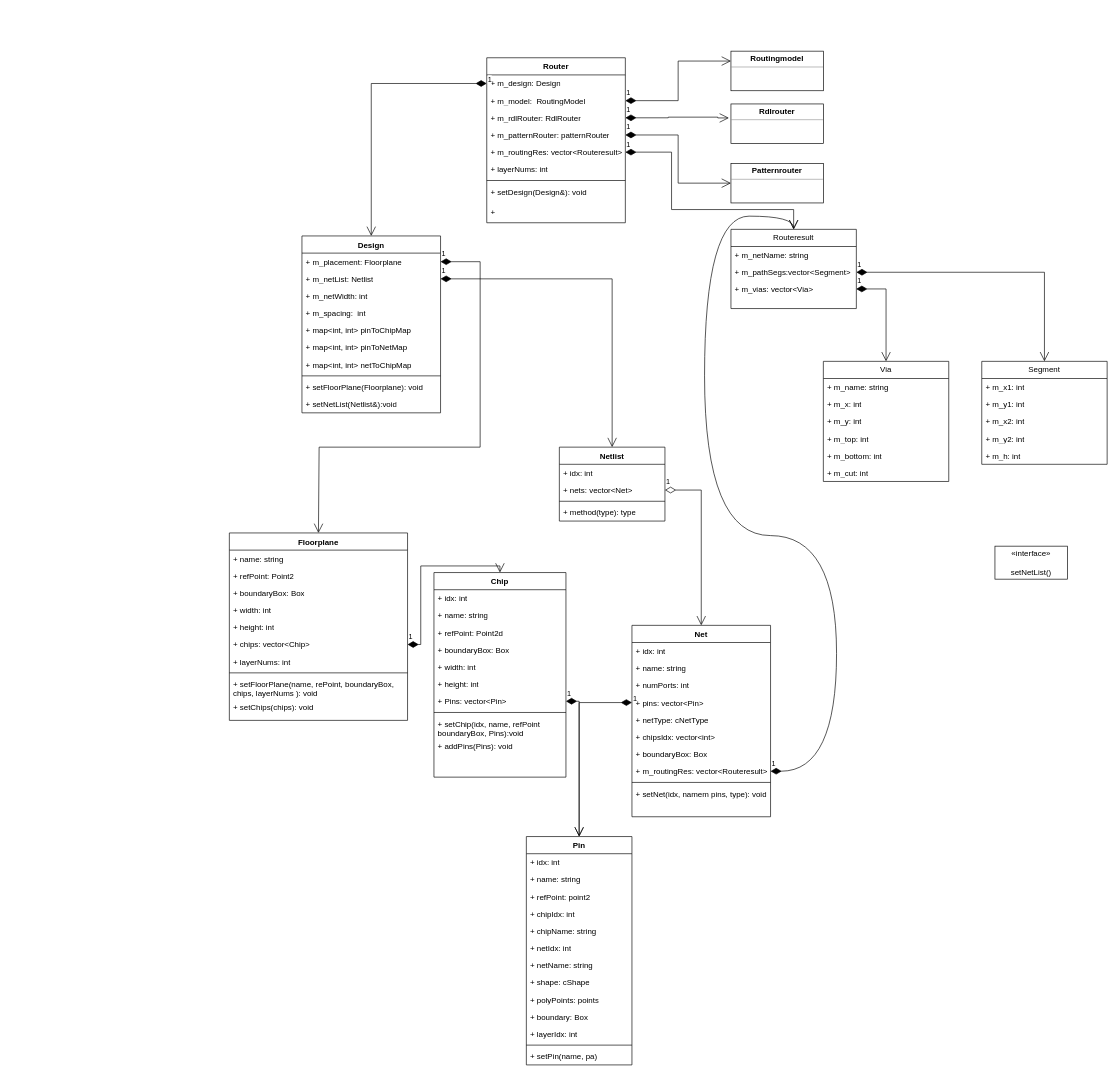
This is SoftWareTopLevel.drawio from Davidlihuang/DrawIODir, a draw.io file, before an edit. Source tidied: cells renumbered, new cells numbered last; positions are measured from the earlier drawing's top-left corner, leaving out a move shared by most shapes. Both pictures are drawn from the tidied source at 66%, with x=0, y=0 at pixel (229, 51).
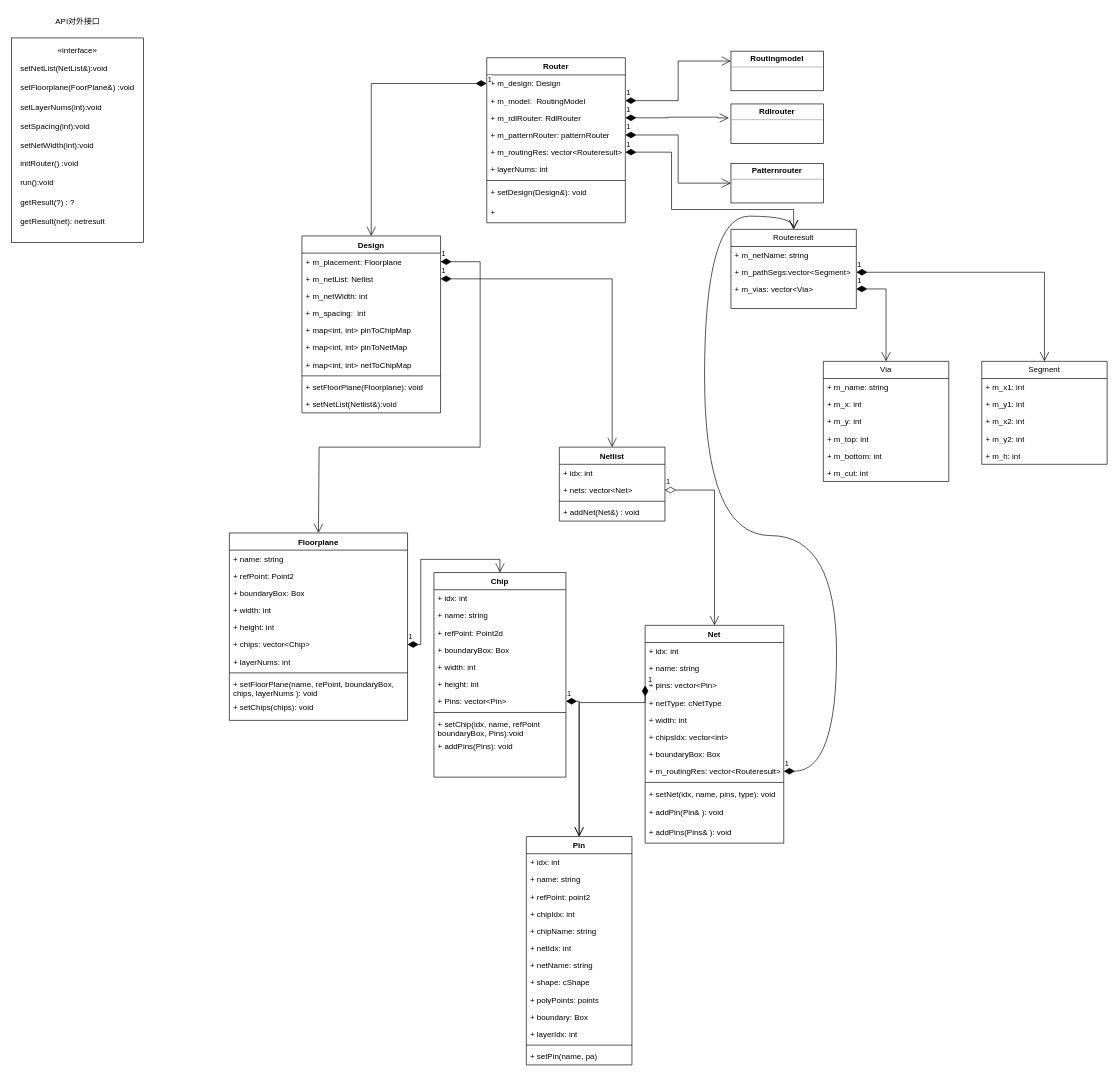
The same diagram, later.

The change refers to these unchanged cells:
```xml
<mxCell id="8" value="+ chips: vector&amp;lt;Chip&amp;gt;" style="text;strokeColor=none;fillColor=none;align=left;verticalAlign=top;spacingLeft=4;spacingRight=4;overflow=hidden;points=[[0,0.5],[1,0.5]];portConstraint=eastwest;whiteSpace=wrap;html=1;" parent="2" vertex="1">
  <mxGeometry y="156" width="270" height="26" as="geometry" />
</mxCell>
<mxCell id="13" value="Chip" style="swimlane;fontStyle=1;align=center;verticalAlign=top;horizontal=1;startSize=26;whiteSpace=wrap;html=1;" parent="1" vertex="1">
  <mxGeometry x="310" y="790" width="200" height="310" as="geometry" />
</mxCell>
<mxCell id="50" value="Netlist" style="swimlane;fontStyle=1;align=center;verticalAlign=top;horizontal=1;startSize=26;whiteSpace=wrap;html=1;" parent="1" vertex="1">
  <mxGeometry x="500" y="600" width="160" height="112" as="geometry" />
</mxCell>
```

Change to the diagram source:
```diff
@@
     <mxCell id="39" value="Net" style="swimlane;fontStyle=1;align=center;verticalAlign=top;horizontal=1;startSize=26;whiteSpace=wrap;html=1;" parent="1" vertex="1">
-      <mxGeometry x="610" y="870" width="210" height="290" as="geometry" />
+      <mxGeometry x="630" y="870" width="210" height="330" as="geometry" />
     </mxCell>
@@
-    <mxCell id="42" value="+ numPorts: int" style="text;strokeColor=none;fillColor=none;align=left;verticalAlign=top;spacingLeft=4;spacingRight=4;overflow=hidden;whiteSpace=wrap;html=1;" parent="39" vertex="1">
-      <mxGeometry y="78" width="210" height="26" as="geometry" />
-    </mxCell>
     <mxCell id="43" value="+ pins: vector&amp;lt;Pin&amp;gt;" style="text;strokeColor=none;fillColor=none;align=left;verticalAlign=top;spacingLeft=4;spacingRight=4;overflow=hidden;points=[[0,0.5],[1,0.5]];portConstraint=eastwest;whiteSpace=wrap;html=1;" parent="39" vertex="1">
-      <mxGeometry y="104" width="210" height="26" as="geometry" />
+      <mxGeometry y="78" width="210" height="26" as="geometry" />
     </mxCell>
     <mxCell id="44" value="+ netType: cNetType" style="text;strokeColor=none;fillColor=none;align=left;verticalAlign=top;spacingLeft=4;spacingRight=4;overflow=hidden;whiteSpace=wrap;html=1;" parent="39" vertex="1">
-      <mxGeometry y="130" width="210" height="26" as="geometry" />
+      <mxGeometry y="104" width="210" height="26" as="geometry" />
     </mxCell>
+    <mxCell id="111" value="+ width: int" style="text;strokeColor=none;fillColor=none;align=left;verticalAlign=top;spacingLeft=4;spacingRight=4;overflow=hidden;whiteSpace=wrap;html=1;" parent="39" vertex="1">
+      <mxGeometry y="130" width="210" height="26" as="geometry" />
+    </mxCell>
@@
-    <mxCell id="49" value="+ setNet(idx, namem pins, type): void" style="text;strokeColor=none;fillColor=none;align=left;verticalAlign=top;spacingLeft=4;spacingRight=4;overflow=hidden;whiteSpace=wrap;html=1;" parent="39" vertex="1">
-      <mxGeometry y="242" width="210" height="48" as="geometry" />
+    <mxCell id="49" value="+ setNet(idx, name, pins, type): void" style="text;strokeColor=none;fillColor=none;align=left;verticalAlign=top;spacingLeft=4;spacingRight=4;overflow=hidden;whiteSpace=wrap;html=1;" parent="39" vertex="1">
+      <mxGeometry y="242" width="210" height="28" as="geometry" />
     </mxCell>
+    <mxCell id="112" value="+ addPin(Pin&amp;amp; ): void" style="text;strokeColor=none;fillColor=none;align=left;verticalAlign=top;spacingLeft=4;spacingRight=4;overflow=hidden;whiteSpace=wrap;html=1;" parent="39" vertex="1">
+      <mxGeometry y="270" width="210" height="30" as="geometry" />
+    </mxCell>
+    <mxCell id="113" value="+ addPins(Pins&amp;amp; ): void" style="text;strokeColor=none;fillColor=none;align=left;verticalAlign=top;spacingLeft=4;spacingRight=4;overflow=hidden;whiteSpace=wrap;html=1;" parent="39" vertex="1">
+      <mxGeometry y="300" width="210" height="30" as="geometry" />
+    </mxCell>
@@
-    <mxCell id="54" value="+ method(type): type" style="text;strokeColor=none;fillColor=none;align=left;verticalAlign=top;spacingLeft=4;spacingRight=4;overflow=hidden;whiteSpace=wrap;html=1;" parent="50" vertex="1">
+    <mxCell id="54" value="+ addNet(Net&amp;amp;) : void" style="text;strokeColor=none;fillColor=none;align=left;verticalAlign=top;spacingLeft=4;spacingRight=4;overflow=hidden;whiteSpace=wrap;html=1;" parent="50" vertex="1">
       <mxGeometry y="86" width="160" height="26" as="geometry" />
     </mxCell>
     <mxCell id="55" value="1" style="endArrow=open;html=1;endSize=12;startArrow=diamondThin;startSize=14;startFill=1;edgeStyle=orthogonalEdgeStyle;align=left;verticalAlign=bottom;rounded=0;exitX=1;exitY=0.5;exitDx=0;exitDy=0;entryX=0.5;entryY=0;entryDx=0;entryDy=0;" parent="1" edge="1" source="8" target="13">
-      <mxGeometry x="-1" y="3" relative="1" as="geometry" />
+      <mxGeometry x="-1" y="3" relative="1" as="geometry">
+        <Array as="points">
+          <mxPoint x="290" y="899" />
+          <mxPoint x="290" y="770" />
+          <mxPoint x="410" y="770" />
+        </Array>
+      </mxGeometry>
     </mxCell>
@@
-    <mxCell id="110" value="«interface»&lt;br&gt;&lt;b&gt;&lt;br&gt;&lt;/b&gt;setNetList()" style="html=1;whiteSpace=wrap;" parent="1" vertex="1">
-      <mxGeometry x="1160" y="750" width="110" height="50" as="geometry" />
+    <mxCell id="110" value="«interface»&lt;br&gt;&lt;div style=&quot;text-align: left;&quot;&gt;&lt;span style=&quot;background-color: initial;&quot;&gt;&lt;br&gt;&lt;/span&gt;&lt;/div&gt;&lt;div style=&quot;text-align: left;&quot;&gt;&lt;span style=&quot;background-color: initial;&quot;&gt;setNetList(NetList&amp;amp;):void&lt;/span&gt;&lt;br&gt;&lt;/div&gt;&lt;br&gt;setFloorplane(FoorPlane&amp;amp;) :void&lt;br&gt;&lt;div style=&quot;text-align: left;&quot;&gt;&lt;br&gt;&lt;/div&gt;&lt;div style=&quot;text-align: left;&quot;&gt;setLayerNums(int):void&lt;/div&gt;&lt;div style=&quot;text-align: left;&quot;&gt;&lt;br&gt;&lt;/div&gt;&lt;div style=&quot;text-align: left;&quot;&gt;setSpacing(int):void&lt;/div&gt;&lt;div style=&quot;text-align: left;&quot;&gt;&lt;br&gt;&lt;/div&gt;&lt;div style=&quot;text-align: left;&quot;&gt;setNetWidth(int):void&lt;/div&gt;&lt;div style=&quot;text-align: left;&quot;&gt;&lt;br&gt;&lt;/div&gt;&lt;div style=&quot;text-align: left;&quot;&gt;initRouter() :void&lt;/div&gt;&lt;div style=&quot;text-align: left;&quot;&gt;&lt;br&gt;&lt;/div&gt;&lt;div style=&quot;text-align: left;&quot;&gt;run():void&lt;/div&gt;&lt;div style=&quot;text-align: left;&quot;&gt;&lt;br&gt;&lt;/div&gt;&lt;div style=&quot;text-align: left;&quot;&gt;getResult(?) : ?&amp;nbsp;&lt;/div&gt;&lt;div style=&quot;text-align: left;&quot;&gt;&lt;br&gt;&lt;/div&gt;&lt;div style=&quot;text-align: left;&quot;&gt;getResult(net): netresult&lt;/div&gt;&lt;div style=&quot;text-align: left;&quot;&gt;&lt;br&gt;&lt;/div&gt;" style="html=1;whiteSpace=wrap;" parent="1" vertex="1">
+      <mxGeometry x="-330" y="-20" width="200" height="310" as="geometry" />
     </mxCell>
+    <mxCell id="114" value="API对外接口" style="text;html=1;align=center;verticalAlign=middle;strokeColor=none;fillColor=none;" parent="1" vertex="1">
+      <mxGeometry x="-275" y="-60" width="90" height="30" as="geometry" />
+    </mxCell>
```
